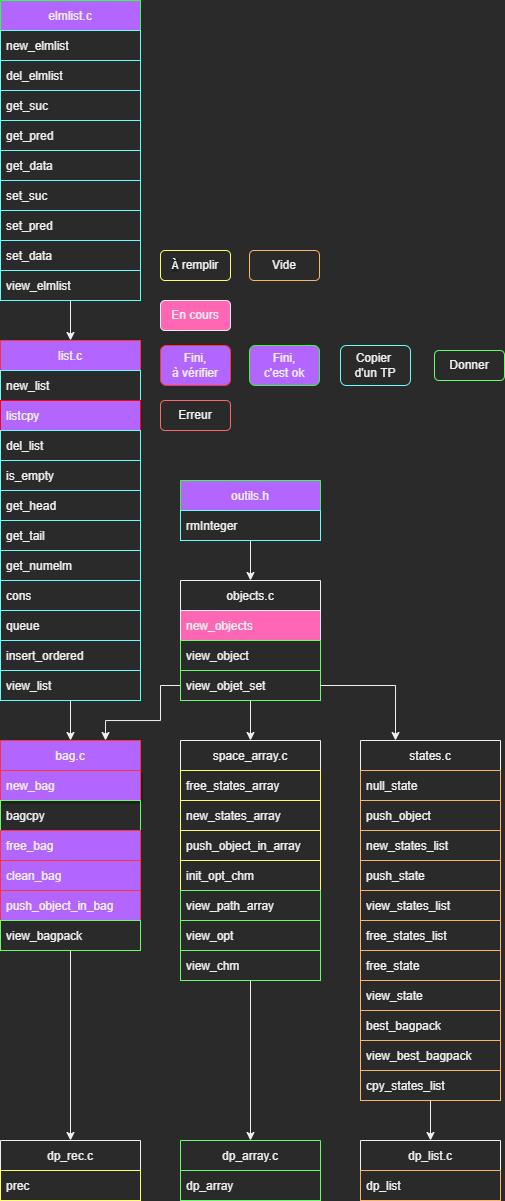
The draw.io diagram image/Plan_avancement_des_fonction.drawio.png in Brice5423/L2_Projet_ProgAv-S3, before a commit. Source tidied: cells renumbered, new cells last; positions are measured from the earlier drawing's top-left corner, leaving out a move shared by most shapes.
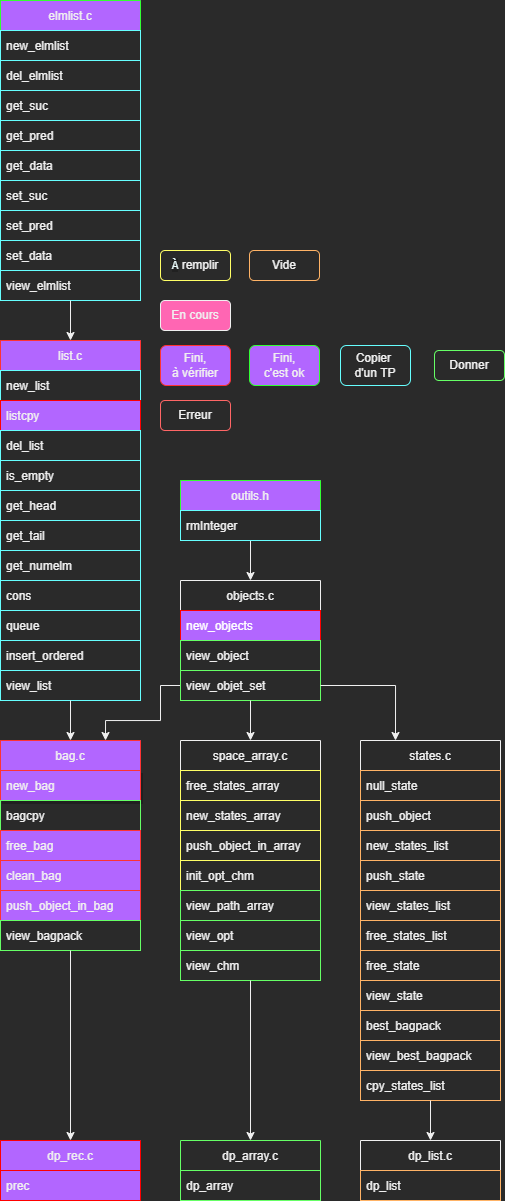
After the change.

What changed in the source:
```diff
@@ -35,7 +35,7 @@
     <mxCell id="10" value="objects.c" style="swimlane;fontStyle=0;horizontal=1;startSize=30;strokeColor=#F0F0F0;" parent="1" vertex="1">
       <mxGeometry x="180" y="580" width="140" height="120" as="geometry" />
     </mxCell>
-    <mxCell id="11" value="new_objects" style="text;strokeColor=#F0F0F0;fillColor=#FF66B3;align=left;verticalAlign=middle;spacingLeft=4;spacingRight=4;overflow=hidden;" parent="10" vertex="1">
+    <mxCell id="11" value="new_objects" style="text;strokeColor=#FF0000;fillColor=#B266FF;align=left;verticalAlign=middle;spacingLeft=4;spacingRight=4;overflow=hidden;fontColor=#ffffff;" parent="10" vertex="1">
       <mxGeometry y="30" width="140" height="30" as="geometry" />
     </mxCell>
     <mxCell id="12" value="view_object" style="text;strokeColor=#66FF66;fillColor=none;align=left;verticalAlign=middle;spacingLeft=4;spacingRight=4;overflow=hidden;" parent="10" vertex="1">
@@ -110,10 +110,10 @@
     <mxCell id="35" value="view_elmlist" style="text;strokeColor=#66FFFF;fillColor=none;align=left;verticalAlign=middle;spacingLeft=4;spacingRight=4;overflow=hidden;points=[[0,0.5],[1,0.5]];portConstraint=eastwest;" parent="26" vertex="1">
       <mxGeometry y="270" width="140" height="30" as="geometry" />
     </mxCell>
-    <mxCell id="36" value="dp_rec.c" style="swimlane;fontStyle=0;horizontal=1;startSize=30;strokeColor=#F0F0F0;fillColor=#2A2A2A;" parent="1" vertex="1">
+    <mxCell id="36" value="dp_rec.c" style="swimlane;fontStyle=0;horizontal=1;startSize=30;strokeColor=#FF0000;fillColor=#B266FF;" parent="1" vertex="1">
       <mxGeometry y="1140" width="140" height="60" as="geometry" />
     </mxCell>
-    <mxCell id="37" value="prec" style="text;strokeColor=#FFFF66;fillColor=none;align=left;verticalAlign=middle;spacingLeft=4;spacingRight=4;overflow=hidden;" parent="36" vertex="1">
+    <mxCell id="37" value="prec" style="text;strokeColor=#FF0000;fillColor=#B266FF;align=left;verticalAlign=middle;spacingLeft=4;spacingRight=4;overflow=hidden;" parent="36" vertex="1">
       <mxGeometry y="30" width="140" height="30" as="geometry" />
     </mxCell>
     <mxCell id="38" style="edgeStyle=orthogonalEdgeStyle;rounded=0;jettySize=auto;html=1;entryX=0.5;entryY=0;entryDx=0;entryDy=0;strokeColor=#F0F0F0;exitX=0.5;exitY=1;exitDx=0;exitDy=0;exitPerimeter=0;" parent="1" edge="1" source="8" target="36">
```
